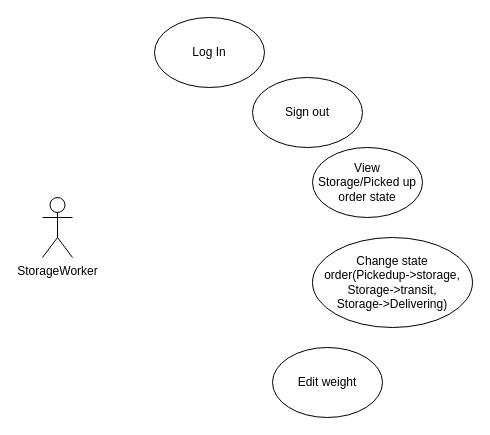
Above: page "Storage" (5 of 6) of Use cases.drawio.xml in asheta20/Posta420 (draw.io), before the change. Source tidied: cells renumbered, new cells numbered last; positions are measured from the earlier drawing's top-left corner, leaving out a move shared by most shapes. Both pictures are drawn from the tidied source at 100%, with x=0, y=0 at pixel (42, 17).
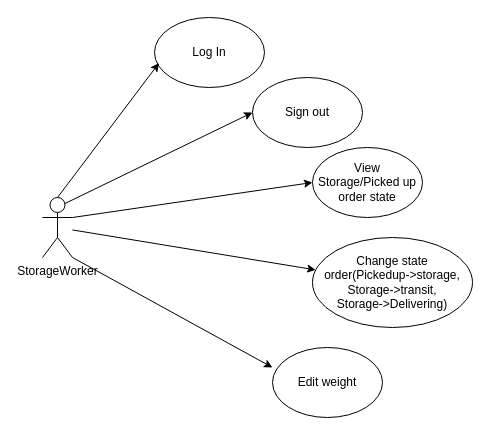
The same diagram, later.

Change to the diagram source:
```diff
@@
 <mxGraphModel>
   <root>
     <mxCell id="0" />
     <mxCell id="1" parent="0" />
     <mxCell id="2" value="StorageWorker" style="shape=umlActor;verticalLabelPosition=bottom;verticalAlign=top;html=1;outlineConnect=0;rounded=1;" parent="1" vertex="1">
       <mxGeometry y="180" width="30" height="60" as="geometry" />
     </mxCell>
     <mxCell id="3" value="Log In" style="ellipse;whiteSpace=wrap;html=1;rounded=1;" parent="1" vertex="1">
       <mxGeometry x="112" width="110" height="70" as="geometry" />
     </mxCell>
     <mxCell id="4" value="Sign out" style="ellipse;whiteSpace=wrap;html=1;rounded=1;" parent="1" vertex="1">
       <mxGeometry x="210" y="60" width="110" height="70" as="geometry" />
     </mxCell>
     <mxCell id="5" value="Change state order(Pickedup-&amp;gt;storage,&lt;br&gt;Storage-&amp;gt;transit,&lt;br&gt;Storage-&amp;gt;Delivering)" style="ellipse;whiteSpace=wrap;html=1;rounded=1;" parent="1" vertex="1">
       <mxGeometry x="270" y="220" width="160" height="90" as="geometry" />
     </mxCell>
     <mxCell id="6" value="View Storage/Picked up&lt;br&gt;order state" style="ellipse;whiteSpace=wrap;html=1;rounded=1;" parent="1" vertex="1">
       <mxGeometry x="270" y="130" width="110" height="70" as="geometry" />
     </mxCell>
     <mxCell id="7" value="Edit weight" style="ellipse;whiteSpace=wrap;html=1;rounded=1;" parent="1" vertex="1">
       <mxGeometry x="230" y="330" width="110" height="70" as="geometry" />
     </mxCell>
+    <mxCell id="8" style="endArrow=classic;html=1;rounded=0;exitX=0.5;exitY=0;exitDx=0;exitDy=0;exitPerimeter=0;entryX=0.041;entryY=0.651;entryDx=0;entryDy=0;entryPerimeter=0;" parent="1" edge="1" source="2" target="3">
+      <mxGeometry relative="1" as="geometry" />
+    </mxCell>
+    <mxCell id="9" style="endArrow=classic;html=1;rounded=0;entryX=0;entryY=0.5;entryDx=0;entryDy=0;exitX=0.75;exitY=0.1;exitDx=0;exitDy=0;exitPerimeter=0;" parent="1" edge="1" source="2" target="4">
+      <mxGeometry relative="1" as="geometry" />
+    </mxCell>
+    <mxCell id="10" style="endArrow=classic;html=1;rounded=0;entryX=0;entryY=0.5;entryDx=0;entryDy=0;exitX=1;exitY=0.3333333333333333;exitDx=0;exitDy=0;exitPerimeter=0;" parent="1" edge="1" source="2" target="6">
+      <mxGeometry relative="1" as="geometry" />
+    </mxCell>
+    <mxCell id="11" style="endArrow=classic;html=1;rounded=0;" parent="1" edge="1" source="2" target="5">
+      <mxGeometry relative="1" as="geometry" />
+    </mxCell>
+    <mxCell id="12" style="endArrow=classic;html=1;rounded=0;exitX=1;exitY=1;exitDx=0;exitDy=0;exitPerimeter=0;entryX=0;entryY=0.286;entryDx=0;entryDy=0;entryPerimeter=0;" parent="1" edge="1" source="2" target="7">
+      <mxGeometry relative="1" as="geometry" />
+    </mxCell>
   </root>
 </mxGraphModel>
```
